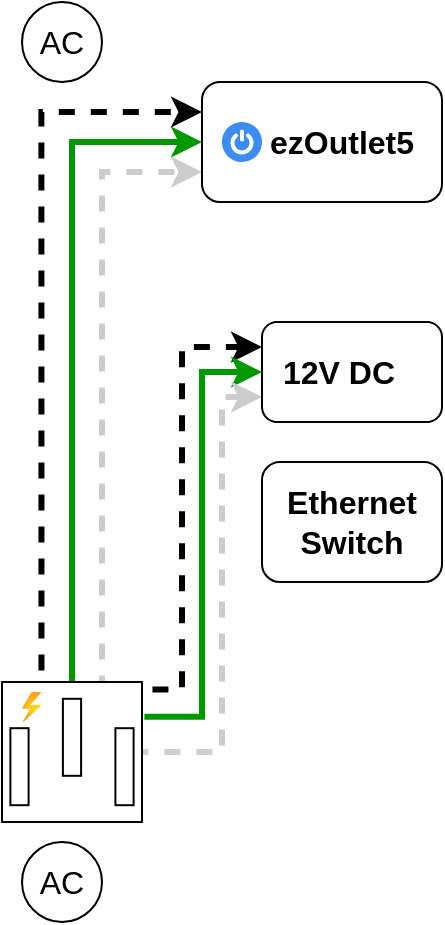
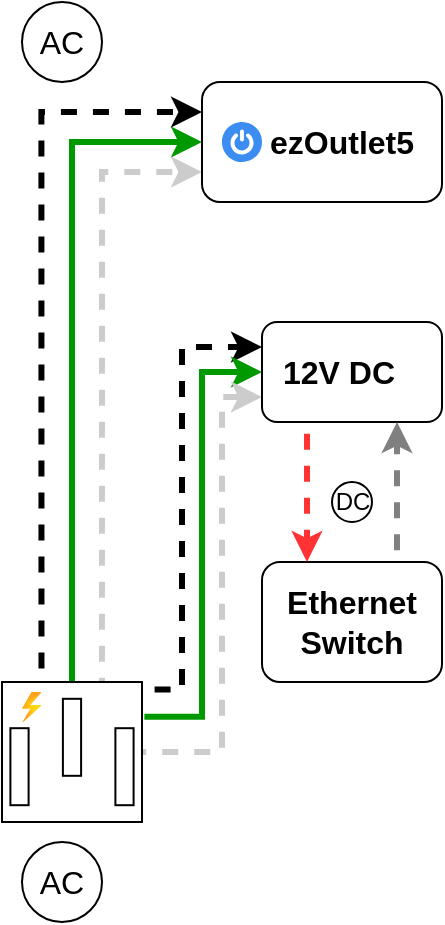
<mxfile host="app.diagrams.net" agent="Mozilla/5.0 (Windows NT 10.0; Win64; x64) AppleWebKit/537.36 (KHTML, like Gecko) Chrome/131.0.0.0 Safari/537.36 Edg/131.0.0.0" version="25.0.3">
  <diagram name="Page-1" id="VlRkN-xOVygPYa-iD9Ir">
-     <mxGraphModel dx="840" dy="526" grid="1" gridSize="10" guides="1" tooltips="1" connect="1" arrows="1" fold="1" page="1" pageScale="1" pageWidth="1169" pageHeight="827" background="none" math="0" shadow="0">
+     <mxGraphModel dx="339" dy="212" grid="1" gridSize="10" guides="1" tooltips="1" connect="1" arrows="1" fold="1" page="1" pageScale="1" pageWidth="1169" pageHeight="827" background="none" math="0" shadow="0">
      <root>
        <mxCell id="0" />
        <mxCell id="1" parent="0" />
        <mxCell id="JVLtuT8sySUBbFbLTn6r-3" style="edgeStyle=orthogonalEdgeStyle;rounded=0;orthogonalLoop=1;jettySize=auto;html=1;entryX=0;entryY=0.25;entryDx=0;entryDy=0;exitX=0.282;exitY=-0.013;exitDx=0;exitDy=0;exitPerimeter=0;strokeWidth=3;flowAnimation=1;flowAnimationDirection=alternate;" edge="1" parent="1" source="pD8juBFKP1GN8B8eYQTb-1" target="pD8juBFKP1GN8B8eYQTb-3">
          <mxGeometry relative="1" as="geometry" />
        </mxCell>
        <mxCell id="JVLtuT8sySUBbFbLTn6r-4" style="edgeStyle=orthogonalEdgeStyle;rounded=0;orthogonalLoop=1;jettySize=auto;html=1;exitX=0.5;exitY=0;exitDx=0;exitDy=0;exitPerimeter=0;entryX=0;entryY=0.5;entryDx=0;entryDy=0;strokeColor=#009900;strokeWidth=3;" edge="1" parent="1" source="pD8juBFKP1GN8B8eYQTb-1" target="pD8juBFKP1GN8B8eYQTb-3">
          <mxGeometry relative="1" as="geometry" />
        </mxCell>
        <mxCell id="JVLtuT8sySUBbFbLTn6r-5" style="edgeStyle=orthogonalEdgeStyle;rounded=0;orthogonalLoop=1;jettySize=auto;html=1;entryX=0;entryY=0.75;entryDx=0;entryDy=0;exitX=0.714;exitY=0;exitDx=0;exitDy=0;exitPerimeter=0;strokeWidth=3;strokeColor=#CCCCCC;flowAnimation=1;flowAnimationDirection=alternate-reverse;" edge="1" parent="1" source="pD8juBFKP1GN8B8eYQTb-1" target="pD8juBFKP1GN8B8eYQTb-3">
          <mxGeometry relative="1" as="geometry">
            <mxPoint x="120" y="320" as="targetPoint" />
          </mxGeometry>
        </mxCell>
        <mxCell id="JVLtuT8sySUBbFbLTn6r-6" style="edgeStyle=orthogonalEdgeStyle;rounded=0;orthogonalLoop=1;jettySize=auto;html=1;entryX=0;entryY=0.25;entryDx=0;entryDy=0;exitX=1.006;exitY=0.054;exitDx=0;exitDy=0;exitPerimeter=0;strokeWidth=3;flowAnimation=1;flowAnimationDirection=alternate;" edge="1" parent="1" source="pD8juBFKP1GN8B8eYQTb-1" target="pD8juBFKP1GN8B8eYQTb-24">
          <mxGeometry relative="1" as="geometry">
            <Array as="points">
              <mxPoint x="120" y="404" />
              <mxPoint x="120" y="233" />
            </Array>
          </mxGeometry>
        </mxCell>
        <mxCell id="JVLtuT8sySUBbFbLTn6r-7" style="edgeStyle=orthogonalEdgeStyle;rounded=0;orthogonalLoop=1;jettySize=auto;html=1;entryX=0;entryY=0.5;entryDx=0;entryDy=0;exitX=1.017;exitY=0.249;exitDx=0;exitDy=0;exitPerimeter=0;strokeWidth=3;strokeColor=#009900;" edge="1" parent="1" source="pD8juBFKP1GN8B8eYQTb-1" target="pD8juBFKP1GN8B8eYQTb-24">
          <mxGeometry relative="1" as="geometry" />
        </mxCell>
        <mxCell id="JVLtuT8sySUBbFbLTn6r-8" style="edgeStyle=orthogonalEdgeStyle;rounded=0;orthogonalLoop=1;jettySize=auto;html=1;entryX=0;entryY=0.75;entryDx=0;entryDy=0;strokeColor=#CCCCCC;strokeWidth=3;flowAnimation=1;flowAnimationDirection=alternate-reverse;" edge="1" parent="1" source="pD8juBFKP1GN8B8eYQTb-1" target="pD8juBFKP1GN8B8eYQTb-24">
          <mxGeometry relative="1" as="geometry">
            <Array as="points">
              <mxPoint x="140" y="435" />
              <mxPoint x="140" y="258" />
            </Array>
          </mxGeometry>
        </mxCell>
        <mxCell id="JVLtuT8sySUBbFbLTn6r-1" value="" style="group" vertex="1" connectable="0" parent="1">
          <mxGeometry x="30" y="480" width="60" height="40" as="geometry" />
        </mxCell>
        <mxCell id="pD8juBFKP1GN8B8eYQTb-22" value="AC" style="text;html=1;align=center;verticalAlign=middle;whiteSpace=wrap;rounded=0;fontSize=16;" parent="JVLtuT8sySUBbFbLTn6r-1" vertex="1">
          <mxGeometry y="5" width="60" height="30" as="geometry" />
        </mxCell>
        <mxCell id="pD8juBFKP1GN8B8eYQTb-23" value="" style="ellipse;whiteSpace=wrap;html=1;fillColor=none;" parent="JVLtuT8sySUBbFbLTn6r-1" vertex="1">
          <mxGeometry x="10" width="40" height="40" as="geometry" />
        </mxCell>
        <mxCell id="JVLtuT8sySUBbFbLTn6r-2" value="" style="group" vertex="1" connectable="0" parent="1">
          <mxGeometry x="30" y="60" width="60" height="40" as="geometry" />
        </mxCell>
        <mxCell id="pD8juBFKP1GN8B8eYQTb-9" value="" style="ellipse;whiteSpace=wrap;html=1;fillColor=none;" parent="JVLtuT8sySUBbFbLTn6r-2" vertex="1">
          <mxGeometry x="10" width="40" height="40" as="geometry" />
        </mxCell>
        <mxCell id="pD8juBFKP1GN8B8eYQTb-11" value="AC" style="text;html=1;align=center;verticalAlign=middle;whiteSpace=wrap;rounded=0;fontSize=16;" parent="JVLtuT8sySUBbFbLTn6r-2" vertex="1">
          <mxGeometry y="5" width="60" height="30" as="geometry" />
        </mxCell>
        <mxCell id="JVLtuT8sySUBbFbLTn6r-9" value="" style="group" vertex="1" connectable="0" parent="1">
          <mxGeometry x="130" y="100" width="120" height="60" as="geometry" />
        </mxCell>
        <mxCell id="JVLtuT8sySUBbFbLTn6r-16" value="" style="group" vertex="1" connectable="0" parent="JVLtuT8sySUBbFbLTn6r-9">
          <mxGeometry width="120" height="60" as="geometry" />
        </mxCell>
        <mxCell id="pD8juBFKP1GN8B8eYQTb-3" value="" style="rounded=1;whiteSpace=wrap;html=1;" parent="JVLtuT8sySUBbFbLTn6r-16" vertex="1">
          <mxGeometry width="120" height="60" as="geometry" />
        </mxCell>
        <mxCell id="JVLtuT8sySUBbFbLTn6r-13" value="" style="sketch=0;html=1;aspect=fixed;strokeColor=none;shadow=0;fillColor=#3B8DF1;verticalAlign=top;labelPosition=center;verticalLabelPosition=bottom;shape=mxgraph.gcp2.a7_power" vertex="1" parent="JVLtuT8sySUBbFbLTn6r-16">
          <mxGeometry x="10" y="20" width="20" height="20" as="geometry" />
        </mxCell>
        <mxCell id="pD8juBFKP1GN8B8eYQTb-15" value="&lt;b&gt;ezOutlet5&lt;/b&gt;" style="text;html=1;align=center;verticalAlign=middle;whiteSpace=wrap;rounded=0;fontSize=16;" parent="JVLtuT8sySUBbFbLTn6r-16" vertex="1">
          <mxGeometry x="40" y="10" width="60" height="40" as="geometry" />
        </mxCell>
        <mxCell id="JVLtuT8sySUBbFbLTn6r-11" value="" style="group" vertex="1" connectable="0" parent="1">
          <mxGeometry x="160" y="220" width="90" height="50" as="geometry" />
        </mxCell>
        <mxCell id="pD8juBFKP1GN8B8eYQTb-24" value="" style="rounded=1;whiteSpace=wrap;html=1;" parent="JVLtuT8sySUBbFbLTn6r-11" vertex="1">
          <mxGeometry width="90" height="50" as="geometry" />
        </mxCell>
        <mxCell id="JVLtuT8sySUBbFbLTn6r-10" value="&lt;font style=&quot;font-size: 16px;&quot;&gt;&lt;b&gt;12V DC&lt;/b&gt;&lt;/font&gt;" style="text;html=1;align=center;verticalAlign=middle;whiteSpace=wrap;rounded=0;" vertex="1" parent="JVLtuT8sySUBbFbLTn6r-11">
          <mxGeometry x="9" y="10" width="58.5" height="30" as="geometry" />
        </mxCell>
        <mxCell id="JVLtuT8sySUBbFbLTn6r-18" value="" style="group" vertex="1" connectable="0" parent="1">
          <mxGeometry x="30" y="400" width="70" height="70" as="geometry" />
        </mxCell>
        <mxCell id="pD8juBFKP1GN8B8eYQTb-1" value="" style="pointerEvents=1;verticalLabelPosition=bottom;shadow=0;dashed=0;align=center;html=1;verticalAlign=top;shape=mxgraph.electrical.miscellaneous.ac_out" parent="JVLtuT8sySUBbFbLTn6r-18" vertex="1">
          <mxGeometry width="70" height="70" as="geometry" />
        </mxCell>
        <mxCell id="JVLtuT8sySUBbFbLTn6r-12" value="" style="image;aspect=fixed;html=1;points=[];align=center;fontSize=12;image=img/lib/azure2/general/Power.svg;" vertex="1" parent="JVLtuT8sySUBbFbLTn6r-18">
          <mxGeometry x="10" y="5" width="9.72" height="15" as="geometry" />
        </mxCell>
-         <mxCell id="JVLtuT8sySUBbFbLTn6r-19" value="" style="rounded=1;whiteSpace=wrap;html=1;" vertex="1" parent="1">
-           <mxGeometry x="160" y="290" width="90" height="60" as="geometry" />
+         <mxCell id="JVLtuT8sySUBbFbLTn6r-21" value="" style="group" vertex="1" connectable="0" parent="1">
+           <mxGeometry x="160" y="340" width="90" height="60" as="geometry" />
        </mxCell>
-         <mxCell id="JVLtuT8sySUBbFbLTn6r-20" value="&lt;b&gt;&lt;font style=&quot;font-size: 16px;&quot;&gt;Ethernet&lt;/font&gt;&lt;/b&gt;&lt;div&gt;&lt;b&gt;&lt;font style=&quot;font-size: 16px;&quot;&gt;Switch&lt;/font&gt;&lt;/b&gt;&lt;/div&gt;" style="text;html=1;align=center;verticalAlign=middle;whiteSpace=wrap;rounded=0;" vertex="1" parent="1">
-           <mxGeometry x="175" y="305" width="60" height="30" as="geometry" />
+         <mxCell id="JVLtuT8sySUBbFbLTn6r-19" value="" style="rounded=1;whiteSpace=wrap;html=1;" vertex="1" parent="JVLtuT8sySUBbFbLTn6r-21">
+           <mxGeometry width="90" height="60" as="geometry" />
+         </mxCell>
+         <mxCell id="JVLtuT8sySUBbFbLTn6r-20" value="&lt;b&gt;&lt;font style=&quot;font-size: 16px;&quot;&gt;Ethernet&lt;/font&gt;&lt;/b&gt;&lt;div&gt;&lt;b&gt;&lt;font style=&quot;font-size: 16px;&quot;&gt;Switch&lt;/font&gt;&lt;/b&gt;&lt;/div&gt;" style="text;html=1;align=center;verticalAlign=middle;whiteSpace=wrap;rounded=0;" vertex="1" parent="JVLtuT8sySUBbFbLTn6r-21">
+           <mxGeometry x="15" y="15" width="60" height="30" as="geometry" />
+         </mxCell>
+         <mxCell id="JVLtuT8sySUBbFbLTn6r-23" style="edgeStyle=orthogonalEdgeStyle;rounded=0;orthogonalLoop=1;jettySize=auto;html=1;entryX=0.25;entryY=0;entryDx=0;entryDy=0;exitX=0.25;exitY=1;exitDx=0;exitDy=0;strokeColor=#FF3333;strokeWidth=3;flowAnimation=1;" edge="1" parent="1" source="pD8juBFKP1GN8B8eYQTb-24" target="JVLtuT8sySUBbFbLTn6r-19">
+           <mxGeometry relative="1" as="geometry" />
+         </mxCell>
+         <mxCell id="JVLtuT8sySUBbFbLTn6r-25" style="edgeStyle=orthogonalEdgeStyle;rounded=0;orthogonalLoop=1;jettySize=auto;html=1;exitX=0.75;exitY=0;exitDx=0;exitDy=0;entryX=0.75;entryY=1;entryDx=0;entryDy=0;strokeColor=#808080;strokeWidth=3;flowAnimation=1;" edge="1" parent="1" source="JVLtuT8sySUBbFbLTn6r-19" target="pD8juBFKP1GN8B8eYQTb-24">
+           <mxGeometry relative="1" as="geometry" />
+         </mxCell>
+         <mxCell id="JVLtuT8sySUBbFbLTn6r-26" value="" style="ellipse;whiteSpace=wrap;html=1;aspect=fixed;" vertex="1" parent="1">
+           <mxGeometry x="195" y="300" width="20" height="20" as="geometry" />
+         </mxCell>
+         <mxCell id="JVLtuT8sySUBbFbLTn6r-27" value="&lt;font&gt;DC&lt;/font&gt;" style="text;html=1;align=center;verticalAlign=middle;whiteSpace=wrap;rounded=0;" vertex="1" parent="1">
+           <mxGeometry x="192.5" y="302.5" width="25" height="15" as="geometry" />
        </mxCell>
      </root>
    </mxGraphModel>
  </diagram>
</mxfile>
